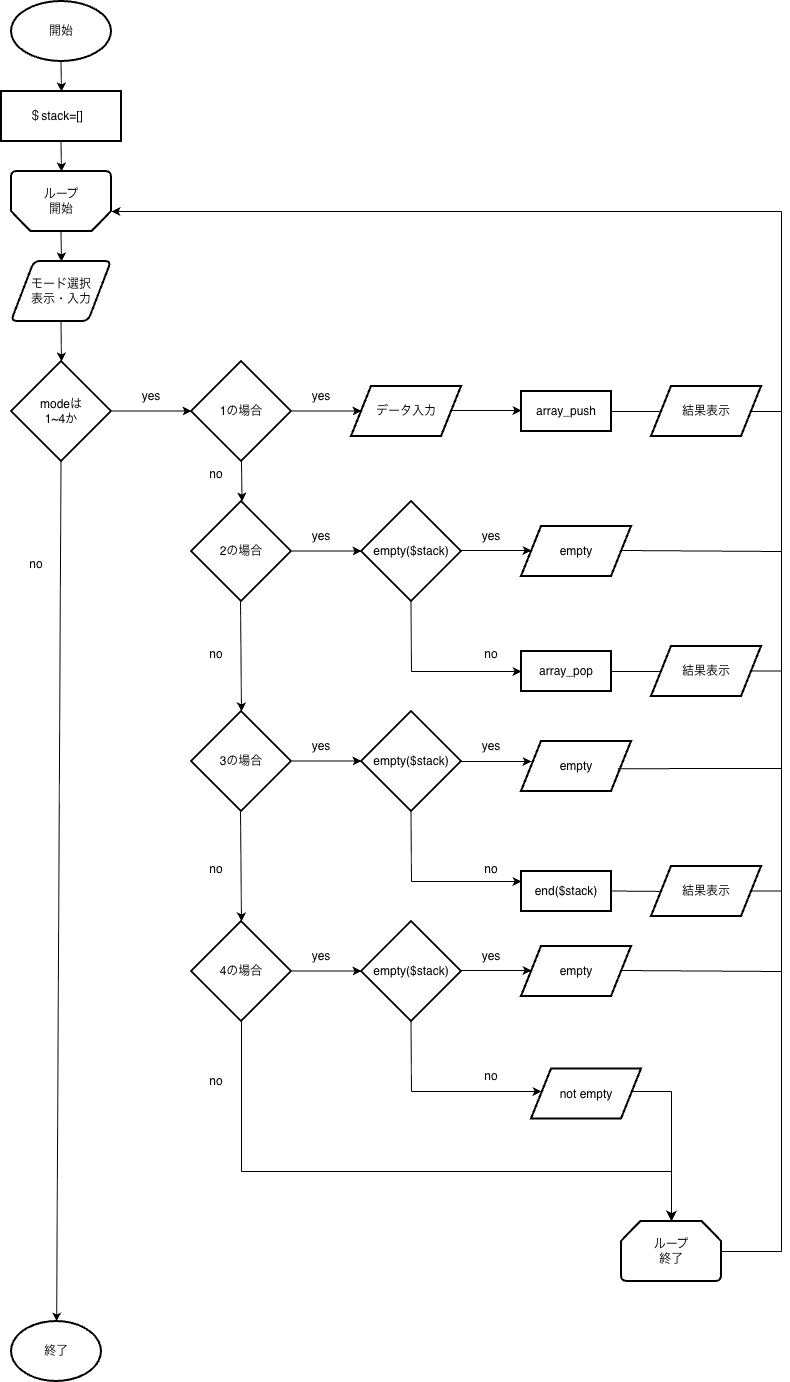
Before: 5-7/lesson01.png, a diagram exported from draw.io (namp7119/php-kiso). Source tidied: cells renumbered, new cells last; positions are measured from the earlier drawing's top-left corner, leaving out a move shared by most shapes.
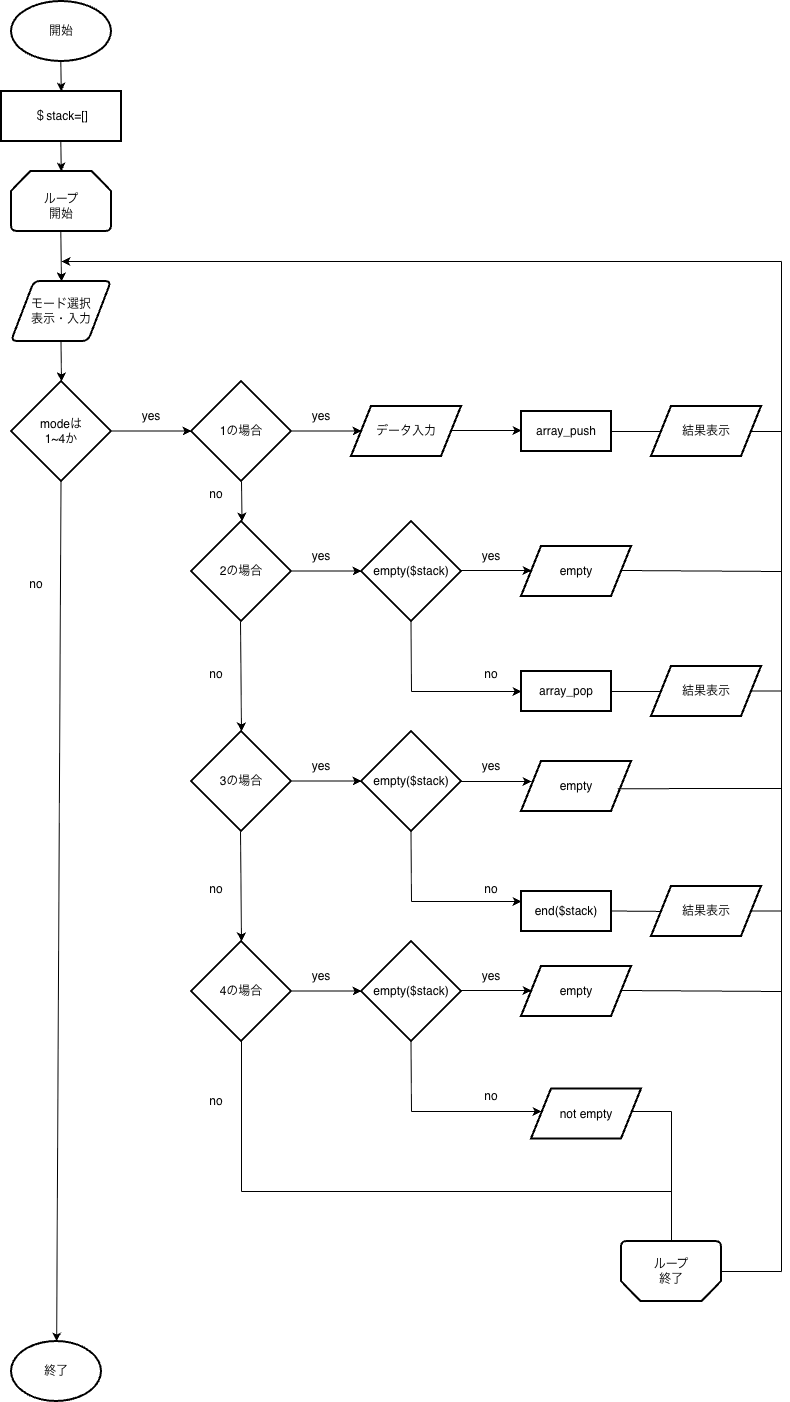
Above is the later version.

Change to the diagram source:
```diff
@@ -4,19 +4,18 @@
     <mxCell id="1" parent="0" />
     <mxCell id="2" style="endArrow=classic;html=1;rounded=0;" parent="1" edge="1">
       <mxGeometry relative="1" as="geometry">
-        <mxPoint x="59.5" y="60" as="sourcePoint" />
-        <mxPoint x="60" y="90" as="targetPoint" />
+        <mxPoint x="59.3" y="40" as="sourcePoint" />
+        <mxPoint x="59.8" y="70" as="targetPoint" />
         <Array as="points">
-          <mxPoint x="59.5" y="60" />
+          <mxPoint x="59.3" y="40" />
         </Array>
       </mxGeometry>
     </mxCell>
-    <mxCell id="3" style="endArrow=classic;html=1;rounded=0;" parent="1" edge="1">
+    <mxCell id="3" style="endArrow=classic;html=1;rounded=0;entryX=0.5;entryY=0;entryDx=0;entryDy=0;" parent="1" edge="1" target="17">
       <mxGeometry relative="1" as="geometry">
-        <mxPoint x="59.5" y="230" as="sourcePoint" />
-        <mxPoint x="60" y="260" as="targetPoint" />
+        <mxPoint x="59.3" y="210" as="sourcePoint" />
         <Array as="points">
-          <mxPoint x="59.5" y="230" />
+          <mxPoint x="59.3" y="210" />
         </Array>
       </mxGeometry>
     </mxCell>
@@ -76,10 +75,10 @@
     </mxCell>
     <mxCell id="16" style="endArrow=classic;html=1;rounded=0;" parent="1" edge="1">
       <mxGeometry relative="1" as="geometry">
-        <mxPoint x="59.5" y="140" as="sourcePoint" />
-        <mxPoint x="60" y="170" as="targetPoint" />
+        <mxPoint x="59.3" y="120" as="sourcePoint" />
+        <mxPoint x="59.8" y="150" as="targetPoint" />
         <Array as="points">
-          <mxPoint x="59.5" y="140" />
+          <mxPoint x="59.3" y="120" />
         </Array>
       </mxGeometry>
     </mxCell>
@@ -87,7 +86,7 @@
       <mxGeometry x="10" y="260" width="100" height="60" as="geometry" />
     </mxCell>
     <mxCell id="18" value="開始" style="strokeWidth=2;html=1;shape=mxgraph.flowchart.start_1;whiteSpace=wrap;" parent="1" vertex="1">
-      <mxGeometry x="10" width="100" height="60" as="geometry" />
+      <mxGeometry x="10" y="-20" width="100" height="60" as="geometry" />
     </mxCell>
     <mxCell id="19" style="edgeStyle=none;curved=1;rounded=0;orthogonalLoop=1;jettySize=auto;html=1;fontSize=12;startSize=8;endSize=8;" parent="1" edge="1">
       <mxGeometry relative="1" as="geometry">
@@ -101,11 +100,11 @@
         <mxPoint x="60" y="90" as="targetPoint" />
       </mxGeometry>
     </mxCell>
-    <mxCell id="21" style="strokeWidth=2;html=1;shape=mxgraph.flowchart.loop_limit;whiteSpace=wrap;rotation=-180;" parent="1" vertex="1">
-      <mxGeometry x="10" y="170" width="100" height="60" as="geometry" />
+    <mxCell id="21" style="strokeWidth=2;html=1;shape=mxgraph.flowchart.loop_limit;whiteSpace=wrap;rotation=-180;direction=west;" parent="1" vertex="1">
+      <mxGeometry x="10" y="150" width="100" height="60" as="geometry" />
     </mxCell>
-    <mxCell id="22" value="ループ&lt;div&gt;開始&lt;/div&gt;" style="text;html=1;whiteSpace=wrap;strokeColor=none;fillColor=none;align=center;verticalAlign=middle;rounded=0;" parent="1" vertex="1">
-      <mxGeometry x="30" y="185" width="60" height="30" as="geometry" />
+    <mxCell id="22" value="ループ&lt;div&gt;開始&lt;/div&gt;" style="text;html=1;whiteSpace=wrap;strokeColor=none;fillColor=none;align=center;verticalAlign=middle;rounded=0;rotation=0;" parent="1" vertex="1">
+      <mxGeometry x="30" y="170" width="60" height="30" as="geometry" />
     </mxCell>
     <mxCell id="23" value="modeは&lt;div&gt;1~4か&lt;/div&gt;" style="strokeWidth=2;html=1;shape=mxgraph.flowchart.decision;whiteSpace=wrap;direction=south;" parent="1" vertex="1">
       <mxGeometry x="10" y="360" width="100" height="100" as="geometry" />
@@ -122,10 +121,10 @@
       </mxGeometry>
     </mxCell>
     <mxCell id="26" style="verticalLabelPosition=bottom;verticalAlign=top;html=1;shape=mxgraph.basic.rect;fillColor2=none;strokeWidth=2;size=20;indent=5;" parent="1" vertex="1">
-      <mxGeometry y="90" width="120" height="50" as="geometry" />
+      <mxGeometry y="70" width="120" height="50" as="geometry" />
     </mxCell>
     <mxCell id="27" value="＄stack=[]" style="text;html=1;whiteSpace=wrap;strokeColor=none;fillColor=none;align=center;verticalAlign=middle;rounded=0;" parent="1" vertex="1">
-      <mxGeometry x="25" y="100" width="60" height="30" as="geometry" />
+      <mxGeometry x="30" y="80" width="60" height="30" as="geometry" />
     </mxCell>
     <mxCell id="28" value="1の場合" style="strokeWidth=2;html=1;shape=mxgraph.flowchart.decision;whiteSpace=wrap;direction=south;" parent="1" vertex="1">
       <mxGeometry x="190" y="360" width="100" height="100" as="geometry" />
@@ -377,7 +376,7 @@
         <mxPoint x="670" y="1090" as="sourcePoint" />
       </mxGeometry>
     </mxCell>
-    <mxCell id="74" value="ループ&lt;div&gt;終了&lt;/div&gt;" style="strokeWidth=2;html=1;shape=mxgraph.flowchart.loop_limit;whiteSpace=wrap;" parent="1" vertex="1">
+    <mxCell id="74" value="ループ&lt;div&gt;終了&lt;/div&gt;" style="strokeWidth=2;html=1;shape=mxgraph.flowchart.loop_limit;whiteSpace=wrap;direction=west;" parent="1" vertex="1">
       <mxGeometry x="620" y="1220" width="100" height="60" as="geometry" />
     </mxCell>
     <mxCell id="75" style="endArrow=none;html=1;rounded=0;fontSize=12;startSize=8;endSize=8;curved=1;" parent="1" edge="1">
@@ -404,13 +403,13 @@
     <mxCell id="79" style="endArrow=none;html=1;rounded=0;" parent="1" edge="1">
       <mxGeometry relative="1" as="geometry">
         <mxPoint x="780" y="1250" as="sourcePoint" />
-        <mxPoint x="780" y="210" as="targetPoint" />
+        <mxPoint x="780" y="240" as="targetPoint" />
       </mxGeometry>
     </mxCell>
     <mxCell id="80" style="endArrow=classic;html=1;rounded=0;" parent="1" edge="1">
       <mxGeometry relative="1" as="geometry">
-        <mxPoint x="780" y="210" as="sourcePoint" />
-        <mxPoint x="110" y="210" as="targetPoint" />
+        <mxPoint x="780" y="240" as="sourcePoint" />
+        <mxPoint x="60" y="240" as="targetPoint" />
       </mxGeometry>
     </mxCell>
     <mxCell id="81" value="結果表示" style="shape=parallelogram;perimeter=parallelogramPerimeter;whiteSpace=wrap;html=1;fixedSize=1;strokeWidth=2;" parent="1" vertex="1">
```
